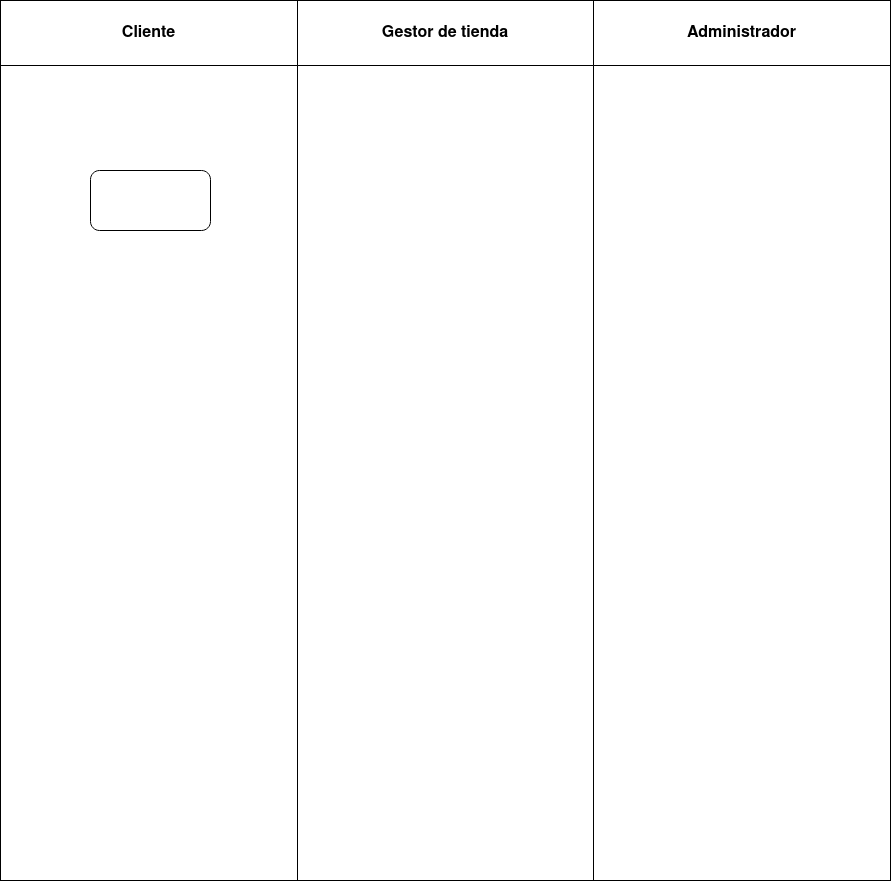
Before: diagramas_actividades/tienda_en_linea/diagrama-actividades-tienda-en-linea.drawio.png, a diagram exported from draw.io (JesusLugo2002/ETS). Source tidied: cells renumbered, new cells last; positions are measured from the earlier drawing's top-left corner, leaving out a move shared by most shapes. Its diagram source:
```xml
<mxGraphModel>
  <root>
    <mxCell id="0" />
    <mxCell id="1" parent="0" />
    <mxCell id="2" style="shape=table;startSize=0;fontSize=16;" parent="1" vertex="1">
      <mxGeometry width="890" height="880" as="geometry" />
    </mxCell>
    <mxCell id="3" style="shape=tableRow;horizontal=0;startSize=0;swimlaneHead=0;swimlaneBody=0;strokeColor=inherit;top=0;left=0;bottom=0;right=0;fillColor=none;fontSize=16;" parent="2" vertex="1">
      <mxGeometry width="890" height="65" as="geometry" />
    </mxCell>
    <mxCell id="4" value="Cliente" style="shape=partialRectangle;html=1;whiteSpace=wrap;strokeColor=inherit;overflow=hidden;fillColor=none;top=0;left=0;bottom=0;right=0;fontSize=16;fontStyle=1;" parent="3" vertex="1">
      <mxGeometry width="297" height="65" as="geometry" />
    </mxCell>
    <mxCell id="5" value="Gestor de tienda" style="shape=partialRectangle;html=1;whiteSpace=wrap;strokeColor=inherit;overflow=hidden;fillColor=none;top=0;left=0;bottom=0;right=0;fontSize=16;fontStyle=1;" parent="3" vertex="1">
      <mxGeometry x="297" width="296" height="65" as="geometry" />
    </mxCell>
    <mxCell id="6" value="Administrador" style="shape=partialRectangle;html=1;whiteSpace=wrap;strokeColor=inherit;overflow=hidden;fillColor=none;top=0;left=0;bottom=0;right=0;fontSize=16;fontStyle=1;" parent="3" vertex="1">
      <mxGeometry x="593" width="297" height="65" as="geometry" />
    </mxCell>
    <mxCell id="7" style="shape=tableRow;horizontal=0;startSize=0;swimlaneHead=0;swimlaneBody=0;strokeColor=inherit;top=0;left=0;bottom=0;right=0;fillColor=none;fontSize=16;" parent="2" vertex="1">
      <mxGeometry y="65" width="890" height="815" as="geometry" />
    </mxCell>
    <mxCell id="8" style="shape=partialRectangle;html=1;whiteSpace=wrap;strokeColor=inherit;overflow=hidden;fillColor=none;top=0;left=0;bottom=0;right=0;fontSize=16;" parent="7" vertex="1">
      <mxGeometry width="297" height="815" as="geometry" />
    </mxCell>
    <mxCell id="9" style="shape=partialRectangle;html=1;whiteSpace=wrap;strokeColor=inherit;overflow=hidden;fillColor=none;top=0;left=0;bottom=0;right=0;fontSize=16;" parent="7" vertex="1">
      <mxGeometry x="297" width="296" height="815" as="geometry" />
    </mxCell>
    <mxCell id="10" style="shape=partialRectangle;html=1;whiteSpace=wrap;strokeColor=inherit;overflow=hidden;fillColor=none;top=0;left=0;bottom=0;right=0;fontSize=16;" parent="7" vertex="1">
      <mxGeometry x="593" width="297" height="815" as="geometry" />
    </mxCell>
    <mxCell id="11" style="rounded=1;whiteSpace=wrap;html=1;" parent="1" vertex="1">
      <mxGeometry x="90" y="170" width="120" height="60" as="geometry" />
    </mxCell>
  </root>
</mxGraphModel>
```
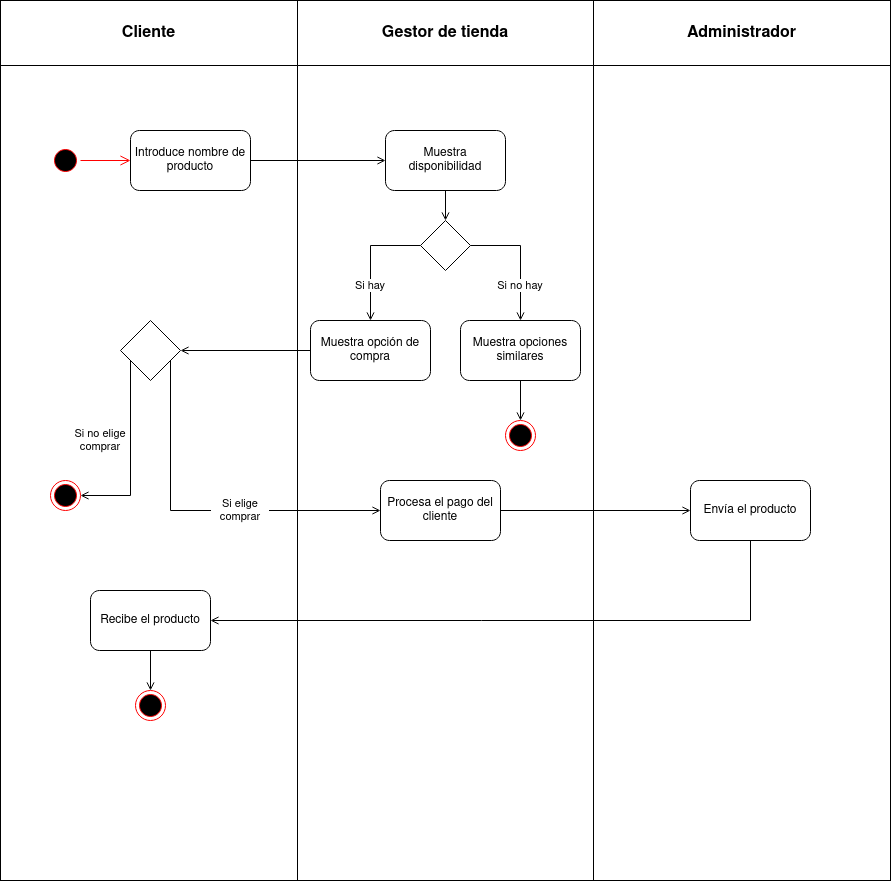
The same diagram one commit later.

Change to the diagram source:
```diff
@@ -29,8 +29,112 @@
     <mxCell id="10" style="shape=partialRectangle;html=1;whiteSpace=wrap;strokeColor=inherit;overflow=hidden;fillColor=none;top=0;left=0;bottom=0;right=0;fontSize=16;" parent="7" vertex="1">
       <mxGeometry x="593" width="297" height="815" as="geometry" />
     </mxCell>
+    <mxCell id="12" style="edgeStyle=orthogonalEdgeStyle;rounded=0;jettySize=auto;html=1;entryX=0;entryY=0.5;entryDx=0;entryDy=0;endArrow=open;endFill=0;" parent="1" edge="1" source="11" target="14">
+      <mxGeometry relative="1" as="geometry" />
+    </mxCell>
-    <mxCell id="11" style="rounded=1;whiteSpace=wrap;html=1;" parent="1" vertex="1">
-      <mxGeometry x="90" y="170" width="120" height="60" as="geometry" />
+    <mxCell id="11" value="Introduce nombre de producto" style="rounded=1;whiteSpace=wrap;html=1;" parent="1" vertex="1">
+      <mxGeometry x="130" y="130" width="120" height="60" as="geometry" />
     </mxCell>
+    <mxCell id="13" style="edgeStyle=orthogonalEdgeStyle;rounded=0;jettySize=auto;html=1;entryX=0.5;entryY=0;entryDx=0;entryDy=0;strokeColor=default;align=center;verticalAlign=middle;fontFamily=Helvetica;fontSize=11;fontColor=default;labelBackgroundColor=default;endArrow=open;endFill=0;" parent="1" edge="1" source="14" target="19">
+      <mxGeometry relative="1" as="geometry" />
+    </mxCell>
+    <mxCell id="14" value="Muestra disponibilidad" style="rounded=1;whiteSpace=wrap;html=1;" parent="1" vertex="1">
+      <mxGeometry x="385" y="130" width="120" height="60" as="geometry" />
+    </mxCell>
+    <mxCell id="15" style="ellipse;html=1;shape=startState;fillColor=#000000;strokeColor=#ff0000;" parent="1" vertex="1">
+      <mxGeometry x="50" y="145" width="30" height="30" as="geometry" />
+    </mxCell>
+    <mxCell id="16" style="edgeStyle=orthogonalEdgeStyle;html=1;verticalAlign=bottom;endArrow=open;endSize=8;strokeColor=#ff0000;rounded=0;entryX=0;entryY=0.5;entryDx=0;entryDy=0;" parent="1" edge="1" source="15" target="11">
+      <mxGeometry relative="1" as="geometry" />
+    </mxCell>
+    <mxCell id="17" style="edgeStyle=orthogonalEdgeStyle;rounded=0;jettySize=auto;html=1;entryX=0.5;entryY=0;entryDx=0;entryDy=0;strokeColor=default;align=center;verticalAlign=middle;fontFamily=Helvetica;fontSize=11;fontColor=default;labelBackgroundColor=default;endArrow=open;endFill=0;" parent="1" edge="1" source="19" target="24">
+      <mxGeometry relative="1" as="geometry">
+        <Array as="points">
+          <mxPoint x="520" y="245" />
+        </Array>
+      </mxGeometry>
+    </mxCell>
+    <mxCell id="18" style="edgeStyle=orthogonalEdgeStyle;rounded=0;jettySize=auto;html=1;entryX=0.5;entryY=0;entryDx=0;entryDy=0;strokeColor=default;align=center;verticalAlign=middle;fontFamily=Helvetica;fontSize=11;fontColor=default;labelBackgroundColor=default;endArrow=open;endFill=0;exitX=0;exitY=0.5;exitDx=0;exitDy=0;" parent="1" edge="1" source="19" target="21">
+      <mxGeometry relative="1" as="geometry">
+        <Array as="points">
+          <mxPoint x="370" y="245" />
+        </Array>
+      </mxGeometry>
+    </mxCell>
+    <mxCell id="19" style="rhombus;whiteSpace=wrap;html=1;fontFamily=Helvetica;fontSize=11;fontColor=default;labelBackgroundColor=default;" parent="1" vertex="1">
+      <mxGeometry x="420" y="220" width="50" height="50" as="geometry" />
+    </mxCell>
+    <mxCell id="20" style="edgeStyle=orthogonalEdgeStyle;rounded=0;jettySize=auto;html=1;entryX=1;entryY=0.5;entryDx=0;entryDy=0;strokeColor=default;align=center;verticalAlign=middle;fontFamily=Helvetica;fontSize=11;fontColor=default;labelBackgroundColor=default;endArrow=open;endFill=0;" parent="1" edge="1" source="21" target="36">
+      <mxGeometry relative="1" as="geometry" />
+    </mxCell>
+    <mxCell id="21" value="Muestra opción de compra" style="rounded=1;whiteSpace=wrap;html=1;" parent="1" vertex="1">
+      <mxGeometry x="310" y="320" width="120" height="60" as="geometry" />
+    </mxCell>
+    <mxCell id="22" value="&lt;div&gt;Si hay&lt;/div&gt;" style="text;html=1;align=center;verticalAlign=middle;whiteSpace=wrap;rounded=0;fontFamily=Helvetica;fontSize=11;fontColor=default;labelBackgroundColor=default;" parent="1" vertex="1">
+      <mxGeometry x="340" y="270" width="60" height="30" as="geometry" />
+    </mxCell>
+    <mxCell id="23" style="edgeStyle=orthogonalEdgeStyle;rounded=0;jettySize=auto;html=1;entryX=0.5;entryY=0;entryDx=0;entryDy=0;strokeColor=default;align=center;verticalAlign=middle;fontFamily=Helvetica;fontSize=11;fontColor=default;labelBackgroundColor=default;endArrow=open;endFill=0;" parent="1" edge="1" source="24" target="26">
+      <mxGeometry relative="1" as="geometry" />
+    </mxCell>
+    <mxCell id="24" value="Muestra opciones similares" style="rounded=1;whiteSpace=wrap;html=1;" parent="1" vertex="1">
+      <mxGeometry x="460" y="320" width="120" height="60" as="geometry" />
+    </mxCell>
+    <mxCell id="25" value="Si no hay" style="text;html=1;align=center;verticalAlign=middle;whiteSpace=wrap;rounded=0;fontFamily=Helvetica;fontSize=11;fontColor=default;labelBackgroundColor=default;" parent="1" vertex="1">
+      <mxGeometry x="490" y="270" width="60" height="30" as="geometry" />
+    </mxCell>
+    <mxCell id="26" style="ellipse;html=1;shape=endState;fillColor=#000000;strokeColor=#ff0000;fontFamily=Helvetica;fontSize=11;fontColor=default;labelBackgroundColor=default;" parent="1" vertex="1">
+      <mxGeometry x="505" y="420" width="30" height="30" as="geometry" />
+    </mxCell>
+    <mxCell id="27" style="edgeStyle=orthogonalEdgeStyle;rounded=0;jettySize=auto;html=1;entryX=1;entryY=0.5;entryDx=0;entryDy=0;strokeColor=default;align=center;verticalAlign=middle;fontFamily=Helvetica;fontSize=11;fontColor=default;labelBackgroundColor=default;endArrow=open;endFill=0;" parent="1" edge="1" source="28" target="30">
+      <mxGeometry relative="1" as="geometry">
+        <Array as="points">
+          <mxPoint x="750" y="620" />
+        </Array>
+      </mxGeometry>
+    </mxCell>
+    <mxCell id="28" value="Envía el producto" style="rounded=1;whiteSpace=wrap;html=1;" parent="1" vertex="1">
+      <mxGeometry x="690" y="480" width="120" height="60" as="geometry" />
+    </mxCell>
+    <mxCell id="29" style="edgeStyle=orthogonalEdgeStyle;rounded=0;jettySize=auto;html=1;entryX=0.5;entryY=0;entryDx=0;entryDy=0;strokeColor=default;align=center;verticalAlign=middle;fontFamily=Helvetica;fontSize=11;fontColor=default;labelBackgroundColor=default;endArrow=open;endFill=0;" parent="1" edge="1" source="30" target="31">
+      <mxGeometry relative="1" as="geometry" />
+    </mxCell>
+    <mxCell id="30" value="Recibe el producto" style="rounded=1;whiteSpace=wrap;html=1;" parent="1" vertex="1">
+      <mxGeometry x="90" y="590" width="120" height="60" as="geometry" />
+    </mxCell>
+    <mxCell id="31" style="ellipse;html=1;shape=endState;fillColor=#000000;strokeColor=#ff0000;fontFamily=Helvetica;fontSize=11;fontColor=default;labelBackgroundColor=default;" parent="1" vertex="1">
+      <mxGeometry x="135" y="690" width="30" height="30" as="geometry" />
+    </mxCell>
+    <mxCell id="32" style="edgeStyle=orthogonalEdgeStyle;rounded=0;jettySize=auto;html=1;entryX=0;entryY=0.5;entryDx=0;entryDy=0;strokeColor=default;align=center;verticalAlign=middle;fontFamily=Helvetica;fontSize=11;fontColor=default;labelBackgroundColor=default;endArrow=open;endFill=0;" parent="1" edge="1" source="33" target="28">
+      <mxGeometry relative="1" as="geometry" />
+    </mxCell>
+    <mxCell id="33" value="Procesa el pago del cliente" style="rounded=1;whiteSpace=wrap;html=1;" parent="1" vertex="1">
+      <mxGeometry x="380" y="480" width="120" height="60" as="geometry" />
+    </mxCell>
+    <mxCell id="34" style="edgeStyle=orthogonalEdgeStyle;rounded=0;jettySize=auto;html=1;entryX=0;entryY=0.5;entryDx=0;entryDy=0;strokeColor=default;align=center;verticalAlign=middle;fontFamily=Helvetica;fontSize=11;fontColor=default;labelBackgroundColor=default;endArrow=open;endFill=0;" parent="1" edge="1" source="36" target="33">
+      <mxGeometry relative="1" as="geometry">
+        <Array as="points">
+          <mxPoint x="170" y="510" />
+        </Array>
+      </mxGeometry>
+    </mxCell>
+    <mxCell id="35" style="edgeStyle=orthogonalEdgeStyle;rounded=0;jettySize=auto;html=1;entryX=1;entryY=0.5;entryDx=0;entryDy=0;strokeColor=default;align=center;verticalAlign=middle;fontFamily=Helvetica;fontSize=11;fontColor=default;labelBackgroundColor=default;endArrow=open;endFill=0;" parent="1" edge="1" source="36" target="38">
+      <mxGeometry relative="1" as="geometry">
+        <Array as="points">
+          <mxPoint x="130" y="495" />
+        </Array>
+      </mxGeometry>
+    </mxCell>
+    <mxCell id="36" style="rhombus;whiteSpace=wrap;html=1;fontFamily=Helvetica;fontSize=11;fontColor=default;labelBackgroundColor=default;" parent="1" vertex="1">
+      <mxGeometry x="120" y="320" width="60" height="60" as="geometry" />
+    </mxCell>
+    <mxCell id="37" value="Si elige comprar" style="text;html=1;align=center;verticalAlign=middle;whiteSpace=wrap;rounded=0;fontFamily=Helvetica;fontSize=11;fontColor=default;labelBackgroundColor=default;" parent="1" vertex="1">
+      <mxGeometry x="210" y="495" width="60" height="30" as="geometry" />
+    </mxCell>
+    <mxCell id="38" style="ellipse;html=1;shape=endState;fillColor=#000000;strokeColor=#ff0000;fontFamily=Helvetica;fontSize=11;fontColor=default;labelBackgroundColor=default;" parent="1" vertex="1">
+      <mxGeometry x="50" y="480" width="30" height="30" as="geometry" />
+    </mxCell>
+    <mxCell id="39" value="Si no elige comprar" style="text;html=1;align=center;verticalAlign=middle;whiteSpace=wrap;rounded=0;fontFamily=Helvetica;fontSize=11;fontColor=default;labelBackgroundColor=default;" parent="1" vertex="1">
+      <mxGeometry x="70" y="425" width="60" height="30" as="geometry" />
+    </mxCell>
   </root>
 </mxGraphModel>
```
